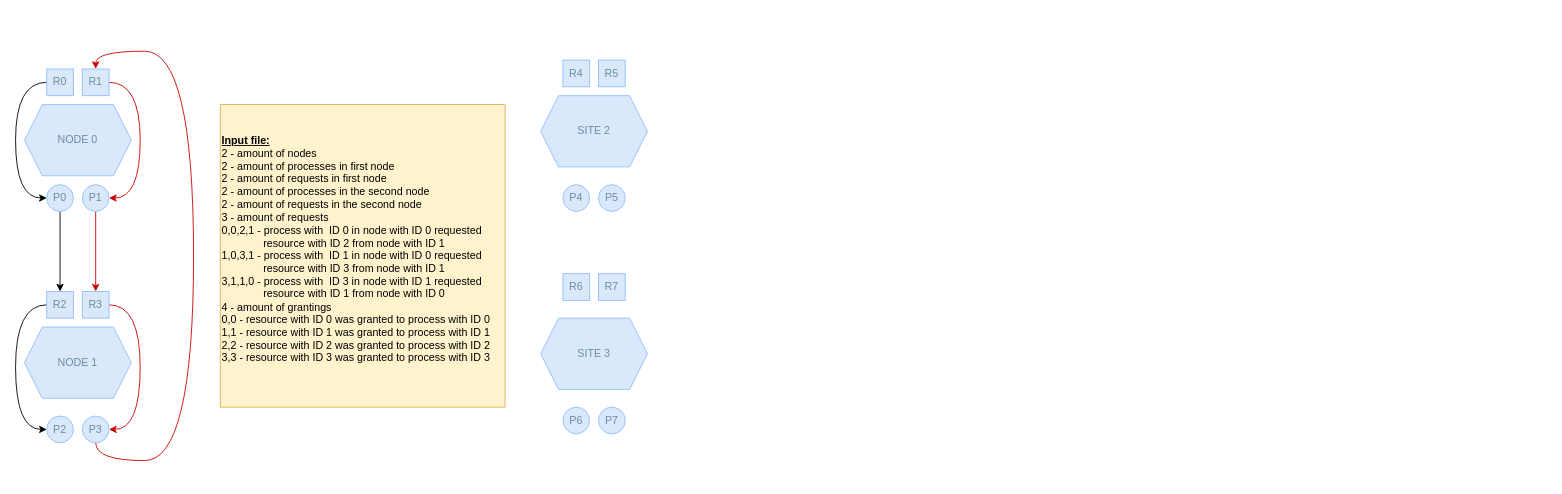
Earlier version of the draw.io diagram 06_lab/src/main/resources/graph_diagram.drawio (NicolFedurcova/agh_distributed_systems). Source tidied: cells renumbered, new cells numbered last; positions are measured from the earlier drawing's top-left corner, leaving out a move shared by most shapes. Both pictures are drawn from the tidied source at 89%, with x=0, y=0 at pixel (15, 51).
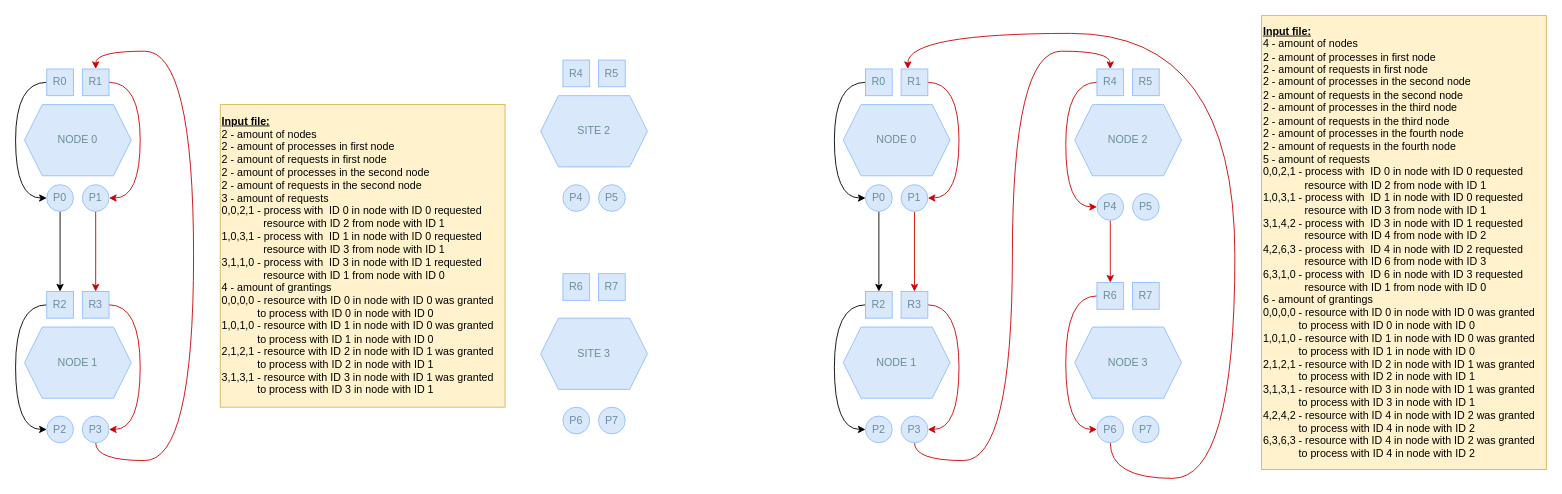
After the change.

Change to the diagram source:
```diff
@@
-    <mxCell id="29" value="&lt;div&gt;&lt;b&gt;&lt;u&gt;Input file:&lt;/u&gt;&lt;/b&gt;&lt;/div&gt;&lt;div style=&quot;&quot;&gt;&lt;span style=&quot;background-color: initial;&quot;&gt;2 - amount of nodes&lt;/span&gt;&lt;/div&gt;&lt;div&gt;2 - amount of processes in first node&lt;/div&gt;&lt;div&gt;2 - amount of requests in first node&lt;/div&gt;&lt;div&gt;2 - amount of processes in the second node&lt;/div&gt;&lt;div&gt;2 - amount of requests in the second node&lt;/div&gt;&lt;div&gt;3 - amount of requests&lt;/div&gt;&lt;div&gt;0,0,2,1 - process with&amp;nbsp; ID 0 in node with ID 0 requested&amp;nbsp; &lt;br&gt;&amp;nbsp; &amp;nbsp; &amp;nbsp; &amp;nbsp; &amp;nbsp; &amp;nbsp; &amp;nbsp; resource with ID 2 from node with ID 1&lt;/div&gt;&lt;div&gt;1,0,3,1 -&amp;nbsp;&lt;span style=&quot;background-color: initial;&quot;&gt;process with&amp;nbsp; ID 1 in node with ID 0 requested&amp;nbsp;&lt;/span&gt;&lt;/div&gt;&amp;nbsp; &amp;nbsp; &amp;nbsp; &amp;nbsp; &amp;nbsp; &amp;nbsp; &amp;nbsp; resource with ID 3 from node with ID 1&lt;div&gt;3,1,1,0 -&amp;nbsp;&lt;span style=&quot;background-color: initial;&quot;&gt;process with&amp;nbsp; ID 3 in node with ID 1 requested&amp;nbsp;&lt;/span&gt;&lt;/div&gt;&amp;nbsp; &amp;nbsp; &amp;nbsp; &amp;nbsp; &amp;nbsp; &amp;nbsp; &amp;nbsp; resource with ID 1 from node with ID 0&lt;div&gt;&lt;span style=&quot;background-color: initial;&quot;&gt;4 - amount of grantings&lt;/span&gt;&lt;/div&gt;&lt;div&gt;&lt;span style=&quot;background-color: initial;&quot;&gt;0,0 - resource with ID 0 was granted to process with ID 0&lt;/span&gt;&lt;/div&gt;&lt;div&gt;&lt;span style=&quot;background-color: initial;&quot;&gt;1,1 -&amp;nbsp;&lt;/span&gt;&lt;span style=&quot;background-color: initial;&quot;&gt;resource with ID 1 was granted to process with ID 1&lt;/span&gt;&lt;/div&gt;&lt;div&gt;&lt;span style=&quot;background-color: initial;&quot;&gt;2,2 -&amp;nbsp;&lt;/span&gt;&lt;span style=&quot;background-color: initial;&quot;&gt;resource with ID 2 was granted to process with ID 2&lt;/span&gt;&lt;/div&gt;&lt;div&gt;&lt;span style=&quot;background-color: initial;&quot;&gt;3,3 -&amp;nbsp;&lt;/span&gt;&lt;span style=&quot;background-color: initial;&quot;&gt;resource with ID 3 was granted to process with ID 3&lt;/span&gt;&lt;/div&gt;&lt;div&gt;&lt;span style=&quot;background-color: initial;&quot;&gt;&lt;br&gt;&lt;/span&gt;&lt;/div&gt;" style="text;html=1;align=left;verticalAlign=middle;whiteSpace=wrap;rounded=0;fillColor=#fff2cc;strokeColor=#d6b656;" parent="1" vertex="1">
+    <mxCell id="29" value="&lt;div&gt;&lt;b&gt;&lt;u&gt;Input file:&lt;/u&gt;&lt;/b&gt;&lt;/div&gt;&lt;div style=&quot;&quot;&gt;&lt;span style=&quot;background-color: initial;&quot;&gt;2 - amount of nodes&lt;/span&gt;&lt;/div&gt;&lt;div&gt;2 - amount of processes in first node&lt;/div&gt;&lt;div&gt;2 - amount of requests in first node&lt;/div&gt;&lt;div&gt;2 - amount of processes in the second node&lt;/div&gt;&lt;div&gt;2 - amount of requests in the second node&lt;/div&gt;&lt;div&gt;3 - amount of requests&lt;/div&gt;&lt;div&gt;0,0,2,1 - process with&amp;nbsp; ID 0 in node with ID 0 requested&amp;nbsp; &lt;br&gt;&amp;nbsp; &amp;nbsp; &amp;nbsp; &amp;nbsp; &amp;nbsp; &amp;nbsp; &amp;nbsp; resource with ID 2 from node with ID 1&lt;/div&gt;&lt;div&gt;1,0,3,1 -&amp;nbsp;&lt;span style=&quot;background-color: initial;&quot;&gt;process with&amp;nbsp; ID 1 in node with ID 0 requested&amp;nbsp;&lt;/span&gt;&lt;/div&gt;&amp;nbsp; &amp;nbsp; &amp;nbsp; &amp;nbsp; &amp;nbsp; &amp;nbsp; &amp;nbsp; resource with ID 3 from node with ID 1&lt;div&gt;3,1,1,0 -&amp;nbsp;&lt;span style=&quot;background-color: initial;&quot;&gt;process with&amp;nbsp; ID 3 in node with ID 1 requested&amp;nbsp;&lt;/span&gt;&lt;/div&gt;&amp;nbsp; &amp;nbsp; &amp;nbsp; &amp;nbsp; &amp;nbsp; &amp;nbsp; &amp;nbsp; resource with ID 1 from node with ID 0&lt;div&gt;&lt;span style=&quot;background-color: initial;&quot;&gt;4 - amount of grantings&lt;/span&gt;&lt;/div&gt;&lt;div&gt;&lt;span style=&quot;background-color: initial;&quot;&gt;0,0,0,0 - resource with ID 0 in node with ID 0 was granted &lt;br&gt;&amp;nbsp; &amp;nbsp; &amp;nbsp; &amp;nbsp; &amp;nbsp; &amp;nbsp; to process with ID 0 in node with ID 0&lt;/span&gt;&lt;/div&gt;&lt;div&gt;&lt;span style=&quot;background-color: initial;&quot;&gt;1,0,1,0&amp;nbsp;&lt;/span&gt;&lt;span style=&quot;background-color: initial;&quot;&gt;- resource with ID 1 in node with ID 0 was granted&lt;/span&gt;&lt;/div&gt;&amp;nbsp; &amp;nbsp; &amp;nbsp; &amp;nbsp; &amp;nbsp; &amp;nbsp; to&amp;nbsp;process with ID 1 in node with ID 0&lt;div&gt;&lt;span style=&quot;background-color: initial;&quot;&gt;2,1,2,1&amp;nbsp;&lt;/span&gt;&lt;span style=&quot;background-color: initial;&quot;&gt;- resource with ID 2 in node with ID 1 was granted&lt;/span&gt;&lt;/div&gt;&amp;nbsp; &amp;nbsp; &amp;nbsp; &amp;nbsp; &amp;nbsp; &amp;nbsp; to&amp;nbsp;process with ID 2 in node with ID 1&lt;div&gt;&lt;span style=&quot;background-color: initial;&quot;&gt;3,1,3,1&amp;nbsp;&lt;/span&gt;&lt;span style=&quot;background-color: initial;&quot;&gt;- resource with ID 3 in node with ID 1 was granted&lt;/span&gt;&lt;/div&gt;&amp;nbsp; &amp;nbsp; &amp;nbsp; &amp;nbsp; &amp;nbsp; &amp;nbsp; to&amp;nbsp;process with ID 3 in node with ID 1" style="text;html=1;align=left;verticalAlign=middle;whiteSpace=wrap;rounded=0;fillColor=#fff2cc;strokeColor=#d6b656;" parent="1" vertex="1">
       <mxGeometry x="230" y="60" width="320" height="340" as="geometry" />
     </mxCell>
+    <mxCell id="30" value="NODE 0" style="shape=hexagon;perimeter=hexagonPerimeter2;whiteSpace=wrap;html=1;fixedSize=1;fillColor=#DAE8FC;strokeColor=#90BEFF;fontColor=#698D9C;" parent="1" vertex="1">
+      <mxGeometry x="930" y="60" width="120" height="80" as="geometry" />
+    </mxCell>
+    <mxCell id="31" value="NODE 1" style="shape=hexagon;perimeter=hexagonPerimeter2;whiteSpace=wrap;html=1;fixedSize=1;fillColor=#DAE8FC;strokeColor=#90BEFF;fontColor=#698D9C;" parent="1" vertex="1">
+      <mxGeometry x="930" y="310" width="120" height="80" as="geometry" />
+    </mxCell>
+    <mxCell id="32" value="NODE 2" style="shape=hexagon;perimeter=hexagonPerimeter2;whiteSpace=wrap;html=1;fixedSize=1;fillColor=#DAE8FC;strokeColor=#90BEFF;fontColor=#698D9C;" parent="1" vertex="1">
+      <mxGeometry x="1190" y="60" width="120" height="80" as="geometry" />
+    </mxCell>
+    <mxCell id="33" value="NODE 3" style="shape=hexagon;perimeter=hexagonPerimeter2;whiteSpace=wrap;html=1;fixedSize=1;fillColor=#DAE8FC;strokeColor=#90BEFF;fontColor=#698D9C;" parent="1" vertex="1">
+      <mxGeometry x="1190" y="310" width="120" height="80" as="geometry" />
+    </mxCell>
+    <mxCell id="34" style="edgeStyle=orthogonalEdgeStyle;rounded=0;jettySize=auto;html=1;exitX=0.5;exitY=1;exitDx=0;exitDy=0;entryX=0.5;entryY=0;entryDx=0;entryDy=0;" parent="1" edge="1" source="35" target="52">
+      <mxGeometry relative="1" as="geometry" />
+    </mxCell>
+    <mxCell id="35" value="P0" style="ellipse;whiteSpace=wrap;html=1;fillColor=#DAE8FC;strokeColor=#90BEFF;fontColor=#698D9C;" parent="1" vertex="1">
+      <mxGeometry x="955" y="150" width="30" height="30" as="geometry" />
+    </mxCell>
+    <mxCell id="36" style="edgeStyle=orthogonalEdgeStyle;rounded=0;jettySize=auto;html=1;exitX=0.5;exitY=1;exitDx=0;exitDy=0;entryX=0.5;entryY=0;entryDx=0;entryDy=0;strokeColor=#CC0000;" parent="1" edge="1" source="37" target="54">
+      <mxGeometry relative="1" as="geometry" />
+    </mxCell>
+    <mxCell id="37" value="P1" style="ellipse;whiteSpace=wrap;html=1;fillColor=#DAE8FC;strokeColor=#90BEFF;fontColor=#698D9C;" parent="1" vertex="1">
+      <mxGeometry x="995" y="150" width="30" height="30" as="geometry" />
+    </mxCell>
+    <mxCell id="38" value="P2" style="ellipse;whiteSpace=wrap;html=1;fillColor=#DAE8FC;strokeColor=#90BEFF;fontColor=#698D9C;" parent="1" vertex="1">
+      <mxGeometry x="955" y="410" width="30" height="30" as="geometry" />
+    </mxCell>
+    <mxCell id="39" style="edgeStyle=orthogonalEdgeStyle;rounded=0;jettySize=auto;html=1;exitX=0.5;exitY=1;exitDx=0;exitDy=0;entryX=0.5;entryY=0;entryDx=0;entryDy=0;curved=1;strokeColor=#CC0000;" parent="1" edge="1" source="40" target="56">
+      <mxGeometry relative="1" as="geometry" />
+    </mxCell>
+    <mxCell id="40" value="P3" style="ellipse;whiteSpace=wrap;html=1;fillColor=#DAE8FC;strokeColor=#90BEFF;fontColor=#698D9C;" parent="1" vertex="1">
+      <mxGeometry x="995" y="410" width="30" height="30" as="geometry" />
+    </mxCell>
+    <mxCell id="41" style="edgeStyle=orthogonalEdgeStyle;rounded=0;jettySize=auto;html=1;exitX=0.5;exitY=1;exitDx=0;exitDy=0;entryX=0.5;entryY=0;entryDx=0;entryDy=0;strokeColor=#CC0000;" parent="1" edge="1" source="42" target="59">
+      <mxGeometry relative="1" as="geometry" />
+    </mxCell>
+    <mxCell id="42" value="P4" style="ellipse;whiteSpace=wrap;html=1;fillColor=#DAE8FC;strokeColor=#90BEFF;fontColor=#698D9C;" parent="1" vertex="1">
+      <mxGeometry x="1215" y="160" width="30" height="30" as="geometry" />
+    </mxCell>
+    <mxCell id="43" value="P5" style="ellipse;whiteSpace=wrap;html=1;fillColor=#DAE8FC;strokeColor=#90BEFF;fontColor=#698D9C;" parent="1" vertex="1">
+      <mxGeometry x="1255" y="160" width="30" height="30" as="geometry" />
+    </mxCell>
+    <mxCell id="44" style="edgeStyle=orthogonalEdgeStyle;rounded=0;jettySize=auto;html=1;exitX=0.5;exitY=1;exitDx=0;exitDy=0;entryX=0.25;entryY=0;entryDx=0;entryDy=0;curved=1;strokeColor=#CC0000;" parent="1" edge="1" source="45" target="50">
+      <mxGeometry relative="1" as="geometry">
+        <Array as="points">
+          <mxPoint x="1230" y="480" />
+          <mxPoint x="1370" y="480" />
+          <mxPoint x="1370" y="-20" />
+          <mxPoint x="1003" y="-20" />
+        </Array>
+      </mxGeometry>
+    </mxCell>
+    <mxCell id="45" value="P6" style="ellipse;whiteSpace=wrap;html=1;fillColor=#DAE8FC;strokeColor=#90BEFF;fontColor=#698D9C;" parent="1" vertex="1">
+      <mxGeometry x="1215" y="410" width="30" height="30" as="geometry" />
+    </mxCell>
+    <mxCell id="46" value="P7" style="ellipse;whiteSpace=wrap;html=1;fillColor=#DAE8FC;strokeColor=#90BEFF;fontColor=#698D9C;" parent="1" vertex="1">
+      <mxGeometry x="1255" y="410" width="30" height="30" as="geometry" />
+    </mxCell>
+    <mxCell id="47" style="edgeStyle=orthogonalEdgeStyle;rounded=0;jettySize=auto;html=1;exitX=0;exitY=0.5;exitDx=0;exitDy=0;entryX=0;entryY=0.5;entryDx=0;entryDy=0;curved=1;" parent="1" edge="1" source="48" target="35">
+      <mxGeometry relative="1" as="geometry">
+        <Array as="points">
+          <mxPoint x="920" y="35" />
+          <mxPoint x="920" y="165" />
+        </Array>
+      </mxGeometry>
+    </mxCell>
+    <mxCell id="48" value="R0" style="rounded=0;whiteSpace=wrap;html=1;fillColor=#DAE8FC;strokeColor=#90BEFF;fontColor=#698D9C;" parent="1" vertex="1">
+      <mxGeometry x="955" y="20" width="30" height="30" as="geometry" />
+    </mxCell>
+    <mxCell id="49" style="edgeStyle=orthogonalEdgeStyle;rounded=0;jettySize=auto;html=1;exitX=1;exitY=0.5;exitDx=0;exitDy=0;entryX=1;entryY=0.5;entryDx=0;entryDy=0;strokeColor=#CC0000;curved=1;" parent="1" edge="1" source="50" target="37">
+      <mxGeometry relative="1" as="geometry">
+        <Array as="points">
+          <mxPoint x="1060" y="35" />
+          <mxPoint x="1060" y="165" />
+        </Array>
+      </mxGeometry>
+    </mxCell>
+    <mxCell id="50" value="R1" style="rounded=0;whiteSpace=wrap;html=1;fillColor=#DAE8FC;strokeColor=#90BEFF;fontColor=#698D9C;" parent="1" vertex="1">
+      <mxGeometry x="995" y="20" width="30" height="30" as="geometry" />
+    </mxCell>
+    <mxCell id="51" style="edgeStyle=orthogonalEdgeStyle;rounded=0;jettySize=auto;html=1;exitX=0;exitY=0.5;exitDx=0;exitDy=0;entryX=0;entryY=0.5;entryDx=0;entryDy=0;curved=1;" parent="1" edge="1" source="52" target="38">
+      <mxGeometry relative="1" as="geometry">
+        <Array as="points">
+          <mxPoint x="920" y="285" />
+          <mxPoint x="920" y="425" />
+        </Array>
+      </mxGeometry>
+    </mxCell>
+    <mxCell id="52" value="R2" style="rounded=0;whiteSpace=wrap;html=1;fillColor=#DAE8FC;strokeColor=#90BEFF;fontColor=#698D9C;" parent="1" vertex="1">
+      <mxGeometry x="955" y="270" width="30" height="30" as="geometry" />
+    </mxCell>
+    <mxCell id="53" style="edgeStyle=orthogonalEdgeStyle;rounded=0;jettySize=auto;html=1;exitX=1;exitY=0.5;exitDx=0;exitDy=0;entryX=1;entryY=0.5;entryDx=0;entryDy=0;curved=1;strokeColor=#CC0000;" parent="1" edge="1" source="54" target="40">
+      <mxGeometry relative="1" as="geometry">
+        <Array as="points">
+          <mxPoint x="1060" y="285" />
+          <mxPoint x="1060" y="425" />
+        </Array>
+      </mxGeometry>
+    </mxCell>
+    <mxCell id="54" value="R3" style="rounded=0;whiteSpace=wrap;html=1;fillColor=#DAE8FC;strokeColor=#90BEFF;fontColor=#698D9C;" parent="1" vertex="1">
+      <mxGeometry x="995" y="270" width="30" height="30" as="geometry" />
+    </mxCell>
+    <mxCell id="55" style="edgeStyle=orthogonalEdgeStyle;rounded=0;jettySize=auto;html=1;exitX=0;exitY=0.5;exitDx=0;exitDy=0;entryX=0;entryY=0.5;entryDx=0;entryDy=0;curved=1;strokeColor=#CC0000;" parent="1" edge="1" source="56" target="42">
+      <mxGeometry relative="1" as="geometry">
+        <Array as="points">
+          <mxPoint x="1180" y="35" />
+          <mxPoint x="1180" y="175" />
+        </Array>
+      </mxGeometry>
+    </mxCell>
+    <mxCell id="56" value="R4" style="rounded=0;whiteSpace=wrap;html=1;fillColor=#DAE8FC;strokeColor=#90BEFF;fontColor=#698D9C;" parent="1" vertex="1">
+      <mxGeometry x="1215" y="20" width="30" height="30" as="geometry" />
+    </mxCell>
+    <mxCell id="57" value="R5" style="rounded=0;whiteSpace=wrap;html=1;fillColor=#DAE8FC;strokeColor=#90BEFF;fontColor=#698D9C;" parent="1" vertex="1">
+      <mxGeometry x="1255" y="20" width="30" height="30" as="geometry" />
+    </mxCell>
+    <mxCell id="58" style="edgeStyle=orthogonalEdgeStyle;rounded=0;jettySize=auto;html=1;exitX=0;exitY=0.5;exitDx=0;exitDy=0;entryX=0;entryY=0.5;entryDx=0;entryDy=0;curved=1;strokeColor=#CC0000;" parent="1" edge="1" source="59" target="45">
+      <mxGeometry relative="1" as="geometry">
+        <Array as="points">
+          <mxPoint x="1180" y="275" />
+          <mxPoint x="1180" y="425" />
+        </Array>
+      </mxGeometry>
+    </mxCell>
+    <mxCell id="59" value="R6" style="rounded=0;whiteSpace=wrap;html=1;fillColor=#DAE8FC;strokeColor=#90BEFF;fontColor=#698D9C;" parent="1" vertex="1">
+      <mxGeometry x="1215" y="260" width="30" height="30" as="geometry" />
+    </mxCell>
+    <mxCell id="60" value="R7" style="rounded=0;whiteSpace=wrap;html=1;fillColor=#DAE8FC;strokeColor=#90BEFF;fontColor=#698D9C;" parent="1" vertex="1">
+      <mxGeometry x="1255" y="260" width="30" height="30" as="geometry" />
+    </mxCell>
+    <mxCell id="61" value="&lt;div&gt;&lt;b&gt;&lt;u&gt;Input file:&lt;/u&gt;&lt;/b&gt;&lt;/div&gt;&lt;div style=&quot;&quot;&gt;&lt;span style=&quot;background-color: initial;&quot;&gt;4 - amount of nodes&lt;/span&gt;&lt;/div&gt;&lt;div&gt;2 - amount of processes in first node&lt;/div&gt;&lt;div&gt;2 - amount of requests in first node&lt;/div&gt;&lt;div&gt;2 - amount of processes in the second node&lt;/div&gt;&lt;div&gt;2 - amount of requests in the second node&lt;/div&gt;&lt;div&gt;&lt;div&gt;2 - amount of processes in the third node&lt;/div&gt;&lt;div&gt;2 - amount of requests in the third node&lt;/div&gt;&lt;/div&gt;&lt;div&gt;&lt;div&gt;2 - amount of processes in the fourth node&lt;/div&gt;&lt;div&gt;2 - amount of requests in the fourth node&lt;/div&gt;&lt;/div&gt;&lt;div&gt;5 - amount of requests&lt;/div&gt;&lt;div&gt;0,0,2,1 - process with&amp;nbsp; ID 0 in node with ID 0 requested&amp;nbsp; &lt;br&gt;&amp;nbsp; &amp;nbsp; &amp;nbsp; &amp;nbsp; &amp;nbsp; &amp;nbsp; &amp;nbsp; resource with ID 2 from node with ID 1&lt;/div&gt;&lt;div&gt;1,0,3,1 -&amp;nbsp;&lt;span style=&quot;background-color: initial;&quot;&gt;process with&amp;nbsp; ID 1 in node with ID 0 requested&amp;nbsp;&lt;/span&gt;&lt;/div&gt;&amp;nbsp; &amp;nbsp; &amp;nbsp; &amp;nbsp; &amp;nbsp; &amp;nbsp; &amp;nbsp; resource with ID 3 from node with ID 1&lt;div&gt;3,1,4,2 -&amp;nbsp;&lt;span style=&quot;background-color: initial;&quot;&gt;process with&amp;nbsp; ID 3 in node with ID 1 requested&amp;nbsp;&lt;/span&gt;&lt;/div&gt;&amp;nbsp; &amp;nbsp; &amp;nbsp; &amp;nbsp; &amp;nbsp; &amp;nbsp; &amp;nbsp; resource with ID 4 from node with ID 2&lt;div&gt;&lt;span style=&quot;background-color: initial;&quot;&gt;4,2,6,3 -&amp;nbsp;&lt;/span&gt;&lt;span style=&quot;background-color: initial;&quot;&gt;process with&amp;nbsp; ID 4 in node with ID 2 requested&amp;nbsp;&lt;/span&gt;&lt;div&gt;&amp;nbsp; &amp;nbsp; &amp;nbsp; &amp;nbsp; &amp;nbsp; &amp;nbsp; &amp;nbsp; resource with ID 6 from node with ID 3&lt;/div&gt;&lt;div&gt;&lt;span style=&quot;background-color: initial;&quot;&gt;6,3,1,0 -&amp;nbsp;&lt;/span&gt;&lt;span style=&quot;background-color: initial;&quot;&gt;process with&amp;nbsp; ID 6 in node with ID 3 requested&amp;nbsp;&lt;/span&gt;&lt;div&gt;&amp;nbsp; &amp;nbsp; &amp;nbsp; &amp;nbsp; &amp;nbsp; &amp;nbsp; &amp;nbsp; resource with ID 1 from node with ID 0&lt;/div&gt;&lt;div&gt;&lt;span style=&quot;background-color: initial;&quot;&gt;6 - amount of grantings&lt;/span&gt;&lt;/div&gt;&lt;div&gt;&lt;span style=&quot;background-color: initial;&quot;&gt;0,0,0,0 - resource with ID 0 in node with ID 0 was granted &lt;br&gt;&amp;nbsp; &amp;nbsp; &amp;nbsp; &amp;nbsp; &amp;nbsp; &amp;nbsp; to process with ID 0 in node with ID 0&lt;/span&gt;&lt;/div&gt;&lt;div&gt;&lt;span style=&quot;background-color: initial;&quot;&gt;1,0,1,0&amp;nbsp;&lt;/span&gt;&lt;span style=&quot;background-color: initial;&quot;&gt;- resource with ID 1 in node with ID 0 was granted&lt;/span&gt;&lt;/div&gt;&amp;nbsp; &amp;nbsp; &amp;nbsp; &amp;nbsp; &amp;nbsp; &amp;nbsp; to&amp;nbsp;process with ID 1 in node with ID 0&lt;div&gt;&lt;span style=&quot;background-color: initial;&quot;&gt;2,1,2,1&amp;nbsp;&lt;/span&gt;&lt;span style=&quot;background-color: initial;&quot;&gt;- resource with ID 2 in node with ID 1 was granted&lt;/span&gt;&lt;/div&gt;&amp;nbsp; &amp;nbsp; &amp;nbsp; &amp;nbsp; &amp;nbsp; &amp;nbsp; to&amp;nbsp;process with ID 2 in node with ID 1&lt;div&gt;&lt;span style=&quot;background-color: initial;&quot;&gt;3,1,3,1&amp;nbsp;&lt;/span&gt;&lt;span style=&quot;background-color: initial;&quot;&gt;- resource with ID 3 in node with ID 1 was granted&lt;/span&gt;&lt;/div&gt;&amp;nbsp; &amp;nbsp; &amp;nbsp; &amp;nbsp; &amp;nbsp; &amp;nbsp; to&amp;nbsp;process with ID 3 in node with ID 1&lt;/div&gt;&lt;/div&gt;&lt;div&gt;4,2,4,2 -&amp;nbsp;&lt;span style=&quot;background-color: initial;&quot;&gt;resource with ID 4 in node with ID 2 was granted&lt;/span&gt;&lt;/div&gt;&amp;nbsp; &amp;nbsp; &amp;nbsp; &amp;nbsp; &amp;nbsp; &amp;nbsp; to&amp;nbsp;process with ID 4 in node with ID 2&lt;div&gt;&lt;div&gt;6,3,6,3 -&amp;nbsp;&lt;span style=&quot;background-color: initial;&quot;&gt;resource with ID 4 in node with ID 2 was granted&lt;/span&gt;&lt;/div&gt;&amp;nbsp; &amp;nbsp; &amp;nbsp; &amp;nbsp; &amp;nbsp; &amp;nbsp; to&amp;nbsp;process with ID 4 in node with ID 2&lt;br&gt;&lt;/div&gt;" style="text;html=1;align=left;verticalAlign=middle;whiteSpace=wrap;rounded=0;fillColor=#fff2cc;strokeColor=#d6b656;" parent="1" vertex="1">
+      <mxGeometry x="1400" y="-40" width="320" height="510" as="geometry" />
+    </mxCell>
```
